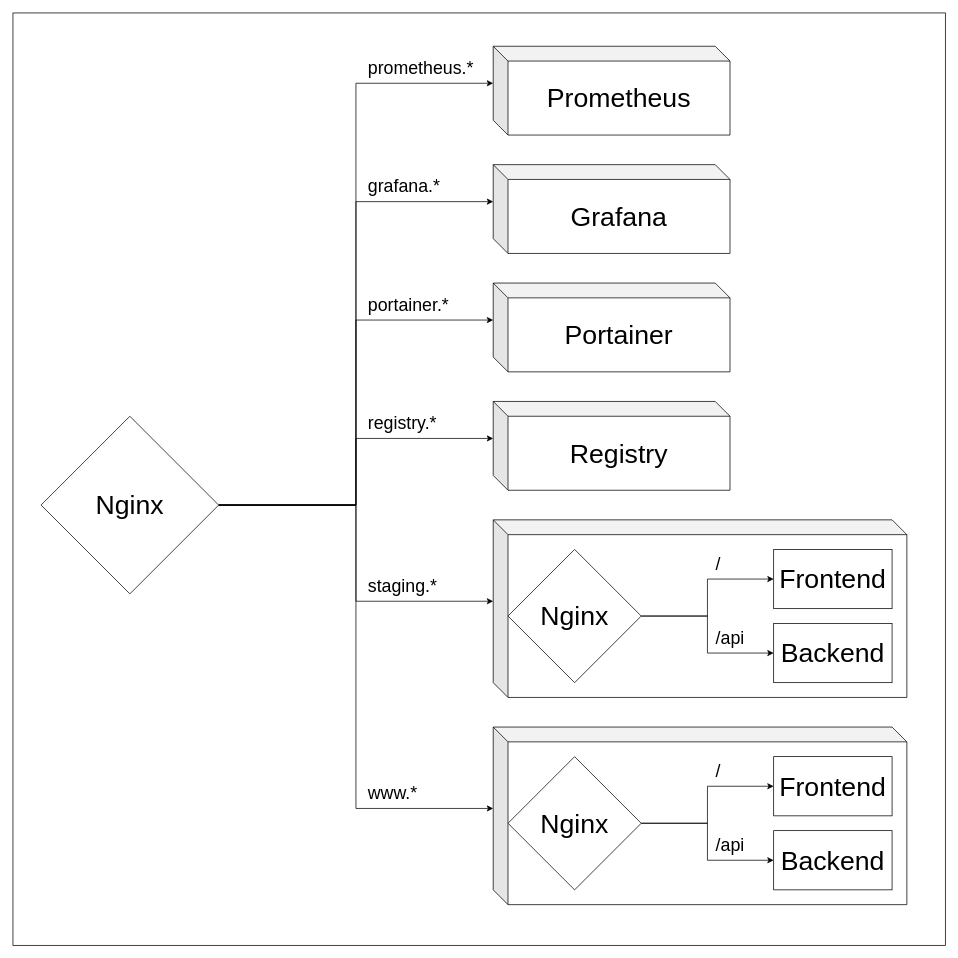
Before: resources/diagrams/notifio-routing.drawio in notifio-io/docker-swarm-boilerplate, a draw.io diagram. Source tidied: cells renumbered, new cells numbered last; positions are measured from the earlier drawing's top-left corner, leaving out a move shared by most shapes. Both pictures are drawn from the tidied source at 74%, with x=0, y=0 at pixel (13, 13).
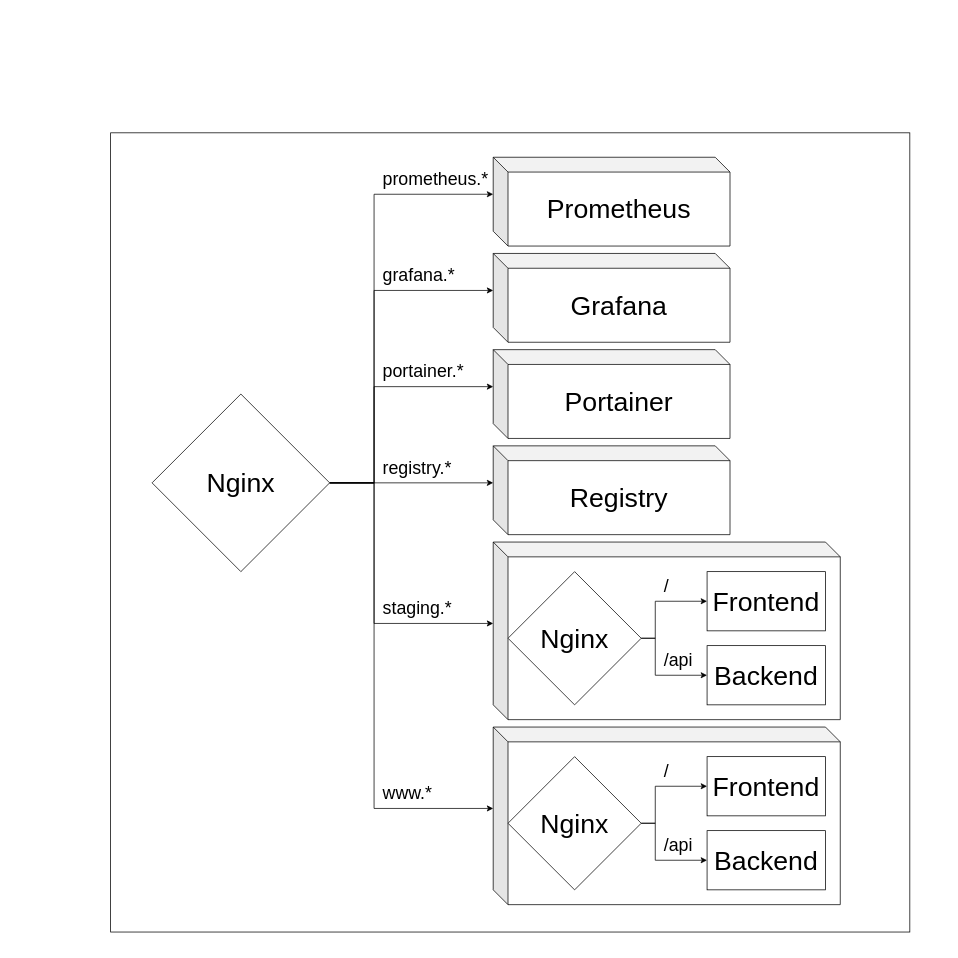
The same diagram, later.

Change to the diagram source:
```diff
@@
     <mxCell id="2" style="whiteSpace=wrap;html=1;" parent="1" vertex="1">
-      <mxGeometry width="1260" height="1260" as="geometry" />
+      <mxGeometry x="132" y="162" width="1080" height="1080" as="geometry" />
     </mxCell>
     <mxCell id="3" style="edgeStyle=orthogonalEdgeStyle;rounded=0;jettySize=auto;html=1;entryX=0;entryY=0;entryDx=0;entryDy=49.99999999999999;entryPerimeter=0;fontSize=36;" parent="1" edge="1" source="9" target="12">
-      <mxGeometry relative="1" as="geometry" />
+      <mxGeometry relative="1" as="geometry">
+        <Array as="points">
+          <mxPoint x="488" y="635" />
+          <mxPoint x="488" y="245" />
+        </Array>
+      </mxGeometry>
     </mxCell>
     <mxCell id="4" style="edgeStyle=orthogonalEdgeStyle;rounded=0;jettySize=auto;html=1;entryX=0;entryY=0;entryDx=0;entryDy=49.99999999999999;entryPerimeter=0;fontSize=36;" parent="1" edge="1" source="9" target="10">
-      <mxGeometry relative="1" as="geometry" />
+      <mxGeometry relative="1" as="geometry">
+        <Array as="points">
+          <mxPoint x="488" y="635" />
+          <mxPoint x="488" y="375" />
+        </Array>
+      </mxGeometry>
     </mxCell>
     <mxCell id="5" style="edgeStyle=orthogonalEdgeStyle;rounded=0;jettySize=auto;html=1;entryX=0;entryY=0;entryDx=0;entryDy=49.99999999999999;entryPerimeter=0;fontSize=36;" parent="1" edge="1" source="9" target="11">
-      <mxGeometry relative="1" as="geometry" />
+      <mxGeometry relative="1" as="geometry">
+        <Array as="points">
+          <mxPoint x="488" y="635" />
+          <mxPoint x="488" y="505" />
+        </Array>
+      </mxGeometry>
     </mxCell>
@@
     <mxCell id="7" style="edgeStyle=orthogonalEdgeStyle;rounded=0;jettySize=auto;html=1;entryX=0;entryY=0;entryDx=0;entryDy=109.99999999999999;entryPerimeter=0;fontSize=36;" parent="1" edge="1" source="9" target="14">
-      <mxGeometry relative="1" as="geometry" />
+      <mxGeometry relative="1" as="geometry">
+        <Array as="points">
+          <mxPoint x="488" y="635" />
+          <mxPoint x="488" y="825" />
+        </Array>
+      </mxGeometry>
     </mxCell>
-    <mxCell id="8" style="edgeStyle=orthogonalEdgeStyle;rounded=0;jettySize=auto;html=1;entryX=0;entryY=0;entryDx=0;entryDy=109.99999999999999;entryPerimeter=0;fontSize=36;" parent="1" edge="1" source="9" target="20">
-      <mxGeometry relative="1" as="geometry" />
-    </mxCell>
+    <mxCell id="36" style="edgeStyle=orthogonalEdgeStyle;rounded=0;jettySize=auto;html=1;entryX=0;entryY=0;entryDx=0;entryDy=110;entryPerimeter=0;fontSize=18;" parent="1" edge="1" source="9" target="37">
+      <mxGeometry relative="1" as="geometry">
+        <Array as="points">
+          <mxPoint x="488" y="635" />
+          <mxPoint x="488" y="1075" />
+        </Array>
+      </mxGeometry>
+    </mxCell>
     <mxCell id="9" value="&lt;font style=&quot;font-size: 36px;&quot;&gt;Nginx&lt;/font&gt;" style="rhombus;whiteSpace=wrap;html=1;" parent="1" vertex="1">
-      <mxGeometry x="38" y="545" width="240" height="240" as="geometry" />
+      <mxGeometry x="188" y="515" width="240" height="240" as="geometry" />
     </mxCell>
     <mxCell id="10" value="Grafana" style="shape=cube;whiteSpace=wrap;html=1;boundedLbl=1;backgroundOutline=1;darkOpacity=0.05;darkOpacity2=0.1;fontSize=36;" parent="1" vertex="1">
-      <mxGeometry x="649" y="205" width="320" height="120" as="geometry" />
+      <mxGeometry x="649" y="325" width="320" height="120" as="geometry" />
     </mxCell>
     <mxCell id="11" value="Portainer" style="shape=cube;whiteSpace=wrap;html=1;boundedLbl=1;backgroundOutline=1;darkOpacity=0.05;darkOpacity2=0.1;fontSize=36;" parent="1" vertex="1">
-      <mxGeometry x="649" y="365" width="320" height="120" as="geometry" />
+      <mxGeometry x="649" y="455" width="320" height="120" as="geometry" />
     </mxCell>
     <mxCell id="12" value="Prometheus" style="shape=cube;whiteSpace=wrap;html=1;boundedLbl=1;backgroundOutline=1;darkOpacity=0.05;darkOpacity2=0.1;fontSize=36;" parent="1" vertex="1">
-      <mxGeometry x="649" y="45" width="320" height="120" as="geometry" />
+      <mxGeometry x="649" y="195" width="320" height="120" as="geometry" />
     </mxCell>
     <mxCell id="13" value="Registry" style="shape=cube;whiteSpace=wrap;html=1;boundedLbl=1;backgroundOutline=1;darkOpacity=0.05;darkOpacity2=0.1;fontSize=36;" parent="1" vertex="1">
-      <mxGeometry x="649" y="525" width="320" height="120" as="geometry" />
+      <mxGeometry x="649" y="585" width="320" height="120" as="geometry" />
     </mxCell>
     <mxCell id="14" style="shape=cube;whiteSpace=wrap;html=1;boundedLbl=1;backgroundOutline=1;darkOpacity=0.05;darkOpacity2=0.1;fontSize=36;" parent="1" vertex="1">
-      <mxGeometry x="649" y="685" width="559" height="240" as="geometry" />
+      <mxGeometry x="649" y="715" width="469" height="240" as="geometry" />
     </mxCell>
     <mxCell id="15" style="edgeStyle=orthogonalEdgeStyle;rounded=0;jettySize=auto;html=1;exitX=1;exitY=0.5;exitDx=0;exitDy=0;entryX=0;entryY=0.5;entryDx=0;entryDy=0;fontSize=24;" parent="1" edge="1" source="17" target="18">
-      <mxGeometry relative="1" as="geometry" />
+      <mxGeometry relative="1" as="geometry">
+        <Array as="points">
+          <mxPoint x="868" y="845" />
+          <mxPoint x="868" y="795" />
+        </Array>
+      </mxGeometry>
     </mxCell>
     <mxCell id="16" style="edgeStyle=orthogonalEdgeStyle;rounded=0;jettySize=auto;html=1;entryX=0;entryY=0.5;entryDx=0;entryDy=0;fontSize=24;" parent="1" edge="1" source="17" target="19">
-      <mxGeometry relative="1" as="geometry" />
+      <mxGeometry relative="1" as="geometry">
+        <Array as="points">
+          <mxPoint x="868" y="845" />
+          <mxPoint x="868" y="895" />
+        </Array>
+      </mxGeometry>
     </mxCell>
     <mxCell id="17" value="Nginx" style="rhombus;whiteSpace=wrap;html=1;fontSize=36;" parent="1" vertex="1">
-      <mxGeometry x="669" y="725" width="180" height="180" as="geometry" />
+      <mxGeometry x="669" y="755" width="180" height="180" as="geometry" />
     </mxCell>
     <mxCell id="18" value="Frontend" style="rounded=0;whiteSpace=wrap;html=1;fontSize=36;" parent="1" vertex="1">
-      <mxGeometry x="1028" y="725" width="160" height="80" as="geometry" />
+      <mxGeometry x="938" y="755" width="160" height="80" as="geometry" />
     </mxCell>
     <mxCell id="19" value="Backend" style="rounded=0;whiteSpace=wrap;html=1;fontSize=36;" parent="1" vertex="1">
-      <mxGeometry x="1028" y="825" width="160" height="80" as="geometry" />
+      <mxGeometry x="938" y="855" width="160" height="80" as="geometry" />
     </mxCell>
-    <mxCell id="20" style="shape=cube;whiteSpace=wrap;html=1;boundedLbl=1;backgroundOutline=1;darkOpacity=0.05;darkOpacity2=0.1;fontSize=36;" parent="1" vertex="1">
-      <mxGeometry x="649" y="965" width="559" height="240" as="geometry" />
-    </mxCell>
-    <mxCell id="21" style="edgeStyle=orthogonalEdgeStyle;rounded=0;jettySize=auto;html=1;exitX=1;exitY=0.5;exitDx=0;exitDy=0;entryX=0;entryY=0.5;entryDx=0;entryDy=0;fontSize=24;" parent="1" edge="1" source="23" target="24">
-      <mxGeometry relative="1" as="geometry" />
+    <mxCell id="21" style="edgeStyle=orthogonalEdgeStyle;rounded=0;orthogonalLoop=1;jettySize=auto;html=1;exitX=1;exitY=0.5;exitDx=0;exitDy=0;entryX=0;entryY=0.5;entryDx=0;entryDy=0;fontSize=24;" parent="1" edge="1">
+      <mxGeometry relative="1" as="geometry">
+        <mxPoint x="1028" y="1045" as="targetPoint" />
+      </mxGeometry>
     </mxCell>
-    <mxCell id="22" style="edgeStyle=orthogonalEdgeStyle;rounded=0;jettySize=auto;html=1;entryX=0;entryY=0.5;entryDx=0;entryDy=0;fontSize=24;" parent="1" edge="1" source="23" target="25">
-      <mxGeometry relative="1" as="geometry" />
+    <mxCell id="22" style="edgeStyle=orthogonalEdgeStyle;rounded=0;orthogonalLoop=1;jettySize=auto;html=1;entryX=0;entryY=0.5;entryDx=0;entryDy=0;fontSize=24;" parent="1" edge="1">
+      <mxGeometry relative="1" as="geometry">
+        <mxPoint x="1028" y="1145" as="targetPoint" />
+      </mxGeometry>
     </mxCell>
-    <mxCell id="23" value="Nginx" style="rhombus;whiteSpace=wrap;html=1;fontSize=36;" parent="1" vertex="1">
-      <mxGeometry x="669" y="1005" width="180" height="180" as="geometry" />
-    </mxCell>
-    <mxCell id="24" value="Frontend" style="rounded=0;whiteSpace=wrap;html=1;fontSize=36;" parent="1" vertex="1">
-      <mxGeometry x="1028" y="1005" width="160" height="80" as="geometry" />
-    </mxCell>
-    <mxCell id="25" value="Backend" style="rounded=0;whiteSpace=wrap;html=1;fontSize=36;" parent="1" vertex="1">
-      <mxGeometry x="1028" y="1105" width="160" height="80" as="geometry" />
-    </mxCell>
     <mxCell id="26" value="&lt;font style=&quot;font-size: 24px;&quot;&gt;prometheus.*&lt;/font&gt;" style="text;html=1;align=left;verticalAlign=middle;fillColor=none;strokeColor=none;rounded=0;fontSize=36;" parent="1" vertex="1">
-      <mxGeometry x="478" y="45" width="160" height="50" as="geometry" />
+      <mxGeometry x="498" y="195" width="160" height="50" as="geometry" />
     </mxCell>
     <mxCell id="27" value="&lt;font style=&quot;font-size: 24px;&quot;&gt;grafana.*&lt;/font&gt;" style="text;html=1;align=left;verticalAlign=middle;fillColor=none;strokeColor=none;rounded=0;fontSize=36;" parent="1" vertex="1">
-      <mxGeometry x="478" y="205" width="110" height="50" as="geometry" />
+      <mxGeometry x="498" y="325" width="110" height="50" as="geometry" />
     </mxCell>
     <mxCell id="28" value="&lt;font style=&quot;font-size: 24px;&quot;&gt;portainer.*&lt;/font&gt;" style="text;html=1;align=left;verticalAlign=middle;fillColor=none;strokeColor=none;rounded=0;fontSize=36;" parent="1" vertex="1">
-      <mxGeometry x="478" y="365" width="120" height="50" as="geometry" />
+      <mxGeometry x="498" y="455" width="120" height="50" as="geometry" />
     </mxCell>
     <mxCell id="29" value="&lt;font style=&quot;font-size: 24px;&quot;&gt;registry.*&lt;/font&gt;" style="text;html=1;align=left;verticalAlign=middle;fillColor=none;strokeColor=none;rounded=0;fontSize=36;" parent="1" vertex="1">
-      <mxGeometry x="478" y="525" width="110" height="50" as="geometry" />
+      <mxGeometry x="498" y="585" width="110" height="50" as="geometry" />
     </mxCell>
     <mxCell id="30" value="&lt;font style=&quot;font-size: 24px;&quot;&gt;staging.*&lt;/font&gt;" style="text;html=1;align=left;verticalAlign=middle;fillColor=none;strokeColor=none;rounded=0;fontSize=36;" parent="1" vertex="1">
-      <mxGeometry x="478" y="745" width="110" height="50" as="geometry" />
+      <mxGeometry x="498" y="775" width="110" height="50" as="geometry" />
     </mxCell>
     <mxCell id="31" value="&lt;span style=&quot;font-size: 24px;&quot;&gt;www.*&lt;/span&gt;" style="text;html=1;align=left;verticalAlign=middle;fillColor=none;strokeColor=none;rounded=0;fontSize=36;" parent="1" vertex="1">
-      <mxGeometry x="478" y="1025" width="80" height="50" as="geometry" />
+      <mxGeometry x="498" y="1025" width="80" height="50" as="geometry" />
     </mxCell>
+    <mxCell id="34" value="&lt;span style=&quot;font-size: 24px;&quot;&gt;/&lt;/span&gt;" style="text;html=1;align=left;verticalAlign=middle;fillColor=none;strokeColor=none;rounded=0;fontSize=36;" parent="1" vertex="1">
+      <mxGeometry x="878" y="745" width="20" height="50" as="geometry" />
+    </mxCell>
+    <mxCell id="35" value="&lt;span style=&quot;font-size: 24px;&quot;&gt;/api&lt;/span&gt;" style="text;html=1;align=left;verticalAlign=middle;fillColor=none;strokeColor=none;rounded=0;fontSize=36;" parent="1" vertex="1">
+      <mxGeometry x="878" y="845" width="50" height="50" as="geometry" />
+    </mxCell>
+    <mxCell id="37" style="shape=cube;whiteSpace=wrap;html=1;boundedLbl=1;backgroundOutline=1;darkOpacity=0.05;darkOpacity2=0.1;fontSize=36;" parent="1" vertex="1">
+      <mxGeometry x="649" y="965" width="469" height="240" as="geometry" />
+    </mxCell>
+    <mxCell id="38" style="edgeStyle=orthogonalEdgeStyle;rounded=0;jettySize=auto;html=1;entryX=0;entryY=0.5;entryDx=0;entryDy=0;fontSize=18;" parent="1" edge="1" source="23" target="24">
+      <mxGeometry relative="1" as="geometry">
+        <Array as="points">
+          <mxPoint x="868" y="1095" />
+          <mxPoint x="868" y="1045" />
+        </Array>
+      </mxGeometry>
+    </mxCell>
+    <mxCell id="39" style="edgeStyle=orthogonalEdgeStyle;rounded=0;jettySize=auto;html=1;entryX=0;entryY=0.5;entryDx=0;entryDy=0;fontSize=18;" parent="1" edge="1" source="23" target="25">
+      <mxGeometry relative="1" as="geometry">
+        <Array as="points">
+          <mxPoint x="868" y="1095" />
+          <mxPoint x="868" y="1145" />
+        </Array>
+      </mxGeometry>
+    </mxCell>
+    <mxCell id="23" value="Nginx" style="rhombus;whiteSpace=wrap;html=1;fontSize=36;" parent="1" vertex="1">
+      <mxGeometry x="669" y="1005" width="180" height="180" as="geometry" />
+    </mxCell>
+    <mxCell id="24" value="Frontend" style="rounded=0;whiteSpace=wrap;html=1;fontSize=36;" parent="1" vertex="1">
+      <mxGeometry x="938" y="1005" width="160" height="80" as="geometry" />
+    </mxCell>
+    <mxCell id="25" value="Backend" style="rounded=0;whiteSpace=wrap;html=1;fontSize=36;" parent="1" vertex="1">
+      <mxGeometry x="938" y="1105" width="160" height="80" as="geometry" />
+    </mxCell>
     <mxCell id="32" value="&lt;span style=&quot;font-size: 24px;&quot;&gt;/&lt;/span&gt;" style="text;html=1;align=left;verticalAlign=middle;fillColor=none;strokeColor=none;rounded=0;fontSize=36;" parent="1" vertex="1">
-      <mxGeometry x="948" y="995" width="20" height="50" as="geometry" />
+      <mxGeometry x="878" y="995" width="20" height="50" as="geometry" />
     </mxCell>
     <mxCell id="33" value="&lt;span style=&quot;font-size: 24px;&quot;&gt;/api&lt;/span&gt;" style="text;html=1;align=left;verticalAlign=middle;fillColor=none;strokeColor=none;rounded=0;fontSize=36;" parent="1" vertex="1">
-      <mxGeometry x="948" y="1095" width="50" height="50" as="geometry" />
+      <mxGeometry x="878" y="1095" width="50" height="50" as="geometry" />
     </mxCell>
-    <mxCell id="34" value="&lt;span style=&quot;font-size: 24px;&quot;&gt;/&lt;/span&gt;" style="text;html=1;align=left;verticalAlign=middle;fillColor=none;strokeColor=none;rounded=0;fontSize=36;" parent="1" vertex="1">
-      <mxGeometry x="948" y="715" width="20" height="50" as="geometry" />
-    </mxCell>
-    <mxCell id="35" value="&lt;span style=&quot;font-size: 24px;&quot;&gt;/api&lt;/span&gt;" style="text;html=1;align=left;verticalAlign=middle;fillColor=none;strokeColor=none;rounded=0;fontSize=36;" parent="1" vertex="1">
-      <mxGeometry x="948" y="815" width="50" height="50" as="geometry" />
-    </mxCell>
```
